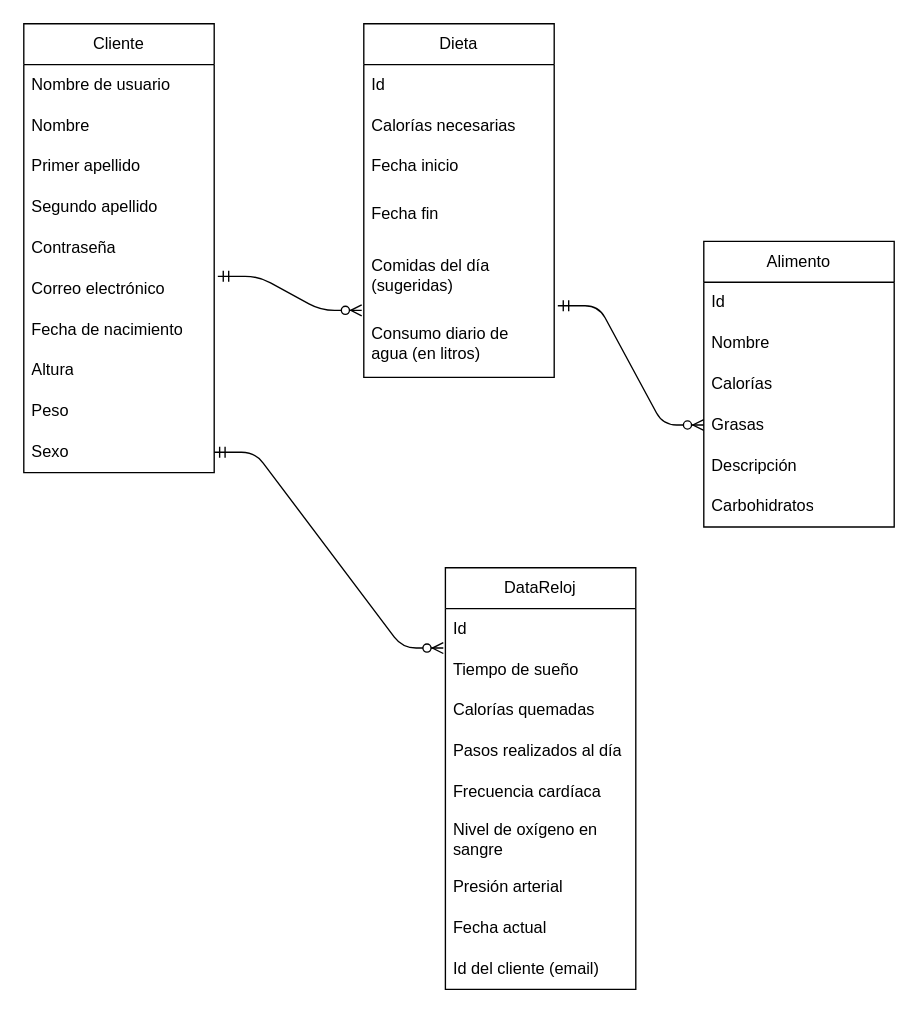
The draw.io diagram assets/draw-io-db-estructure.drawio in kateBea/Fitness-Tracker, before the edit. Source tidied: cells renumbered, new cells numbered last; positions are measured from the earlier drawing's top-left corner, leaving out a move shared by most shapes. Both pictures are drawn from the tidied source at 136%, with x=0, y=0 at pixel (23, 23).
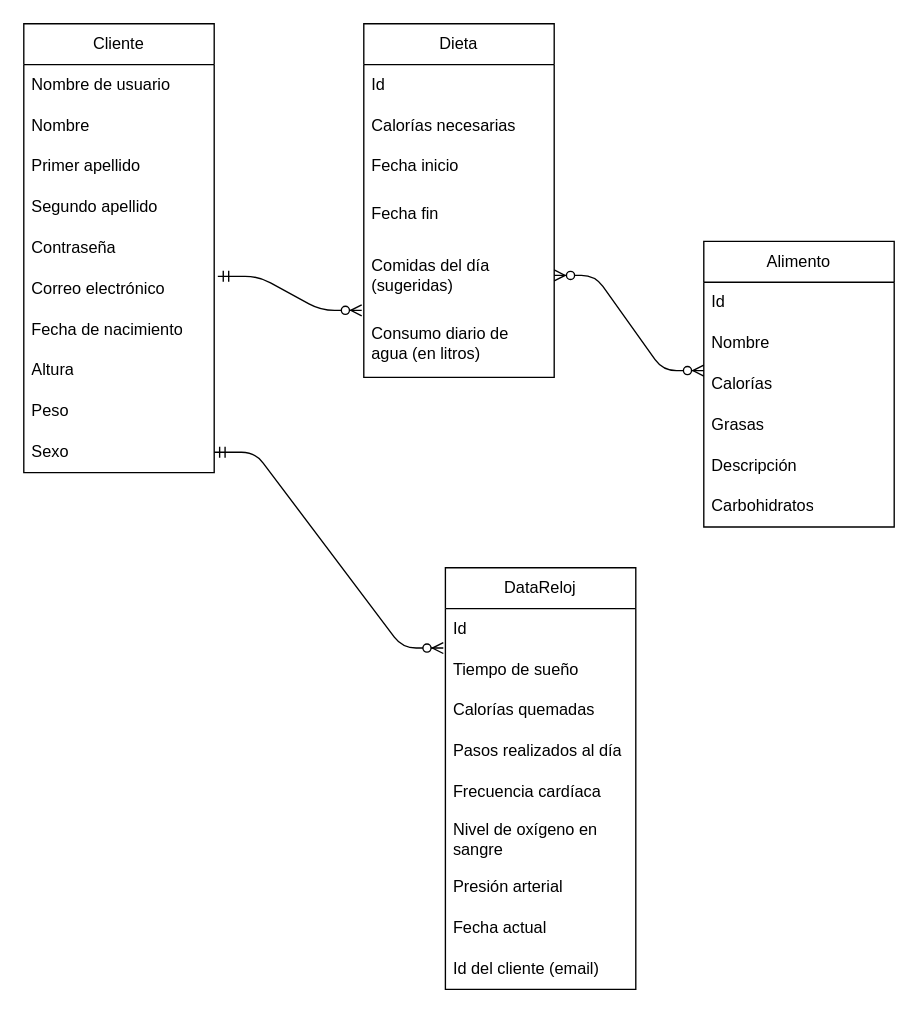
After the change.

The change refers to these unchanged cells:
```xml
<mxCell id="18" value="Comidas del día (sugeridas)" style="text;strokeColor=none;fillColor=none;align=left;verticalAlign=middle;spacingLeft=4;spacingRight=4;overflow=hidden;points=[[0,0.5],[1,0.5]];portConstraint=eastwest;whiteSpace=wrap;html=1;" parent="13" vertex="1">
  <mxGeometry y="160" width="140" height="50" as="geometry" />
</mxCell>
<mxCell id="19" value="Consumo diario de agua (en litros)" style="text;strokeColor=none;fillColor=none;align=left;verticalAlign=middle;spacingLeft=4;spacingRight=4;overflow=hidden;points=[[0,0.5],[1,0.5]];portConstraint=eastwest;whiteSpace=wrap;html=1;" parent="13" vertex="1">
  <mxGeometry y="210" width="140" height="50" as="geometry" />
</mxCell>
<mxCell id="24" value="Grasas" style="text;strokeColor=none;fillColor=none;align=left;verticalAlign=middle;spacingLeft=4;spacingRight=4;overflow=hidden;points=[[0,0.5],[1,0.5]];portConstraint=eastwest;whiteSpace=wrap;html=1;" parent="20" vertex="1">
  <mxGeometry y="120" width="140" height="30" as="geometry" />
</mxCell>
```

The edit, as a diff of the source:
```diff
@@
-    <mxCell id="39" style="edgeStyle=entityRelationEdgeStyle;fontSize=12;html=1;endArrow=ERzeroToMany;startArrow=ERmandOne;exitX=1.019;exitY=-0.053;exitDx=0;exitDy=0;entryX=0;entryY=0.5;entryDx=0;entryDy=0;exitPerimeter=0;" parent="1" edge="1" source="19" target="24">
-      <mxGeometry relative="1" as="geometry" />
-    </mxCell>
+    <mxCell id="40" style="edgeStyle=entityRelationEdgeStyle;fontSize=12;html=1;endArrow=ERzeroToMany;endFill=1;startArrow=ERzeroToMany;exitX=1;exitY=0.5;exitDx=0;exitDy=0;" parent="1" edge="1" source="18">
+      <mxGeometry relative="1" as="geometry">
+        <mxPoint x="500" y="255" as="targetPoint" />
+      </mxGeometry>
+    </mxCell>
```
